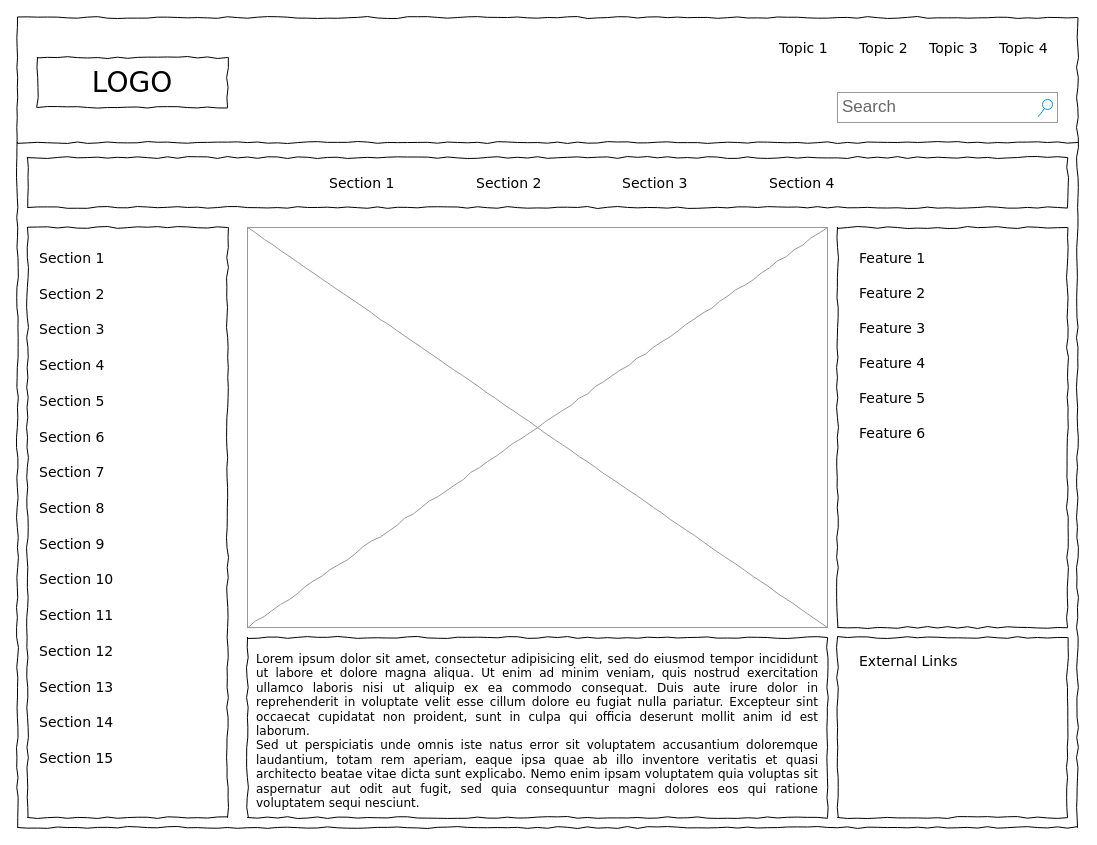
Earlier version of the draw.io diagram Untitled Diagram.drawio (koreait0000/MLG.gg). Source tidied: cells renumbered, new cells numbered last; positions are measured from the earlier drawing's top-left corner, leaving out a move shared by most shapes. Both pictures are drawn from the tidied source at 100%, with x=0, y=0 at pixel (17, 17).
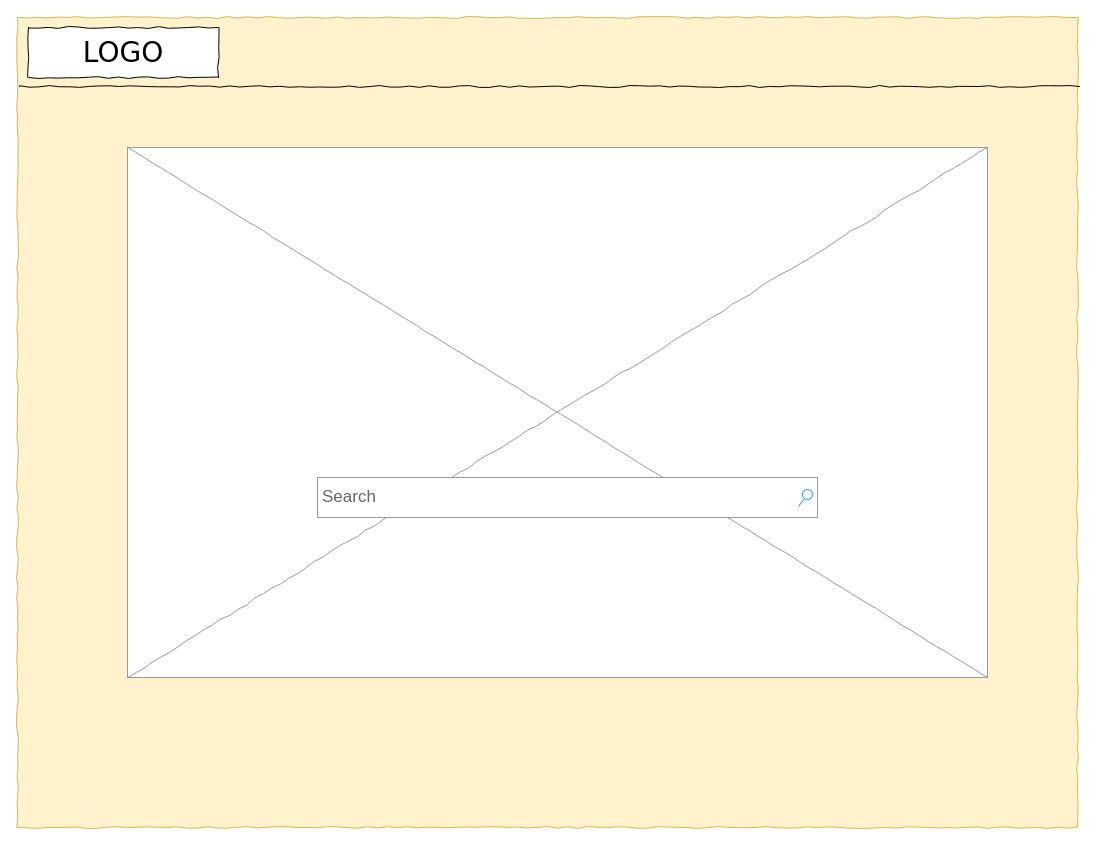
After the change.

The edit, as a diff of the source:
```diff
@@
-    <mxCell id="2" style="whiteSpace=wrap;html=1;rounded=0;shadow=0;labelBackgroundColor=none;strokeColor=#000000;strokeWidth=1;fillColor=none;fontFamily=Verdana;fontSize=12;fontColor=#000000;align=center;comic=1;" parent="1" vertex="1">
+    <mxCell id="2" style="whiteSpace=wrap;html=1;rounded=0;shadow=0;labelBackgroundColor=none;strokeColor=#d6b656;strokeWidth=1;fillColor=#fff2cc;fontFamily=Verdana;fontSize=12;align=center;comic=1;" parent="1" vertex="1">
       <mxGeometry width="1060" height="810" as="geometry" />
     </mxCell>
     <mxCell id="3" value="LOGO" style="whiteSpace=wrap;html=1;rounded=0;shadow=0;labelBackgroundColor=none;strokeWidth=1;fontFamily=Verdana;fontSize=28;align=center;comic=1;" parent="1" vertex="1">
-      <mxGeometry x="20" y="40" width="190" height="50" as="geometry" />
+      <mxGeometry x="11" y="10" width="190" height="50" as="geometry" />
     </mxCell>
+    <mxCell id="10" style="line;strokeWidth=1;html=1;rounded=0;shadow=0;labelBackgroundColor=none;fillColor=none;fontFamily=Verdana;fontSize=14;fontColor=#000000;align=center;comic=1;" parent="1" vertex="1">
+      <mxGeometry x="2" y="64" width="1060" height="10" as="geometry" />
+    </mxCell>
+    <mxCell id="17" style="verticalLabelPosition=bottom;shadow=0;dashed=0;align=center;html=1;verticalAlign=top;strokeWidth=1;shape=mxgraph.mockup.graphics.simpleIcon;strokeColor=#999999;rounded=0;labelBackgroundColor=none;fontFamily=Verdana;fontSize=14;fontColor=#000000;comic=1;" parent="1" vertex="1">
+      <mxGeometry x="110" y="130" width="860" height="530" as="geometry" />
+    </mxCell>
-    <mxCell id="4" value="Search" style="strokeWidth=1;shadow=0;dashed=0;align=center;html=1;shape=mxgraph.mockup.forms.searchBox;strokeColor=#999999;mainText=;strokeColor2=#008cff;fontColor=#666666;fontSize=17;align=left;spacingLeft=3;rounded=0;labelBackgroundColor=none;comic=1;" parent="1" vertex="1">
-      <mxGeometry x="820" y="75" width="220" height="30" as="geometry" />
+    <mxCell id="4" value="Search" style="strokeWidth=1;shadow=0;dashed=0;align=center;html=1;shape=mxgraph.mockup.forms.searchBox;strokeColor=#999999;mainText=;strokeColor2=#008cff;fontColor=#666666;fontSize=17;align=left;spacingLeft=3;" parent="1" vertex="1">
+      <mxGeometry x="300" y="460" width="500" height="40" as="geometry" />
     </mxCell>
-    <mxCell id="5" value="Topic 1" style="text;html=1;align=left;verticalAlign=top;spacingTop=-4;fontSize=14;fontFamily=Verdana;" parent="1" vertex="1">
-      <mxGeometry x="760" y="20" width="60" height="20" as="geometry" />
-    </mxCell>
-    <mxCell id="6" value="Topic 2" style="text;html=1;align=left;verticalAlign=top;spacingTop=-4;fontSize=14;fontFamily=Verdana;" parent="1" vertex="1">
-      <mxGeometry x="840" y="20" width="60" height="20" as="geometry" />
-    </mxCell>
-    <mxCell id="7" value="Topic 3" style="text;html=1;align=left;verticalAlign=top;spacingTop=-4;fontSize=14;fontFamily=Verdana;" parent="1" vertex="1">
-      <mxGeometry x="910" y="20" width="60" height="20" as="geometry" />
-    </mxCell>
-    <mxCell id="8" value="Topic 4" style="text;html=1;align=left;verticalAlign=top;spacingTop=-4;fontSize=14;fontFamily=Verdana;" parent="1" vertex="1">
-      <mxGeometry x="980" y="20" width="60" height="20" as="geometry" />
-    </mxCell>
-    <mxCell id="9" style="whiteSpace=wrap;html=1;rounded=0;shadow=0;labelBackgroundColor=none;strokeWidth=1;fillColor=none;fontFamily=Verdana;fontSize=12;align=center;comic=1;" parent="1" vertex="1">
-      <mxGeometry x="10" y="210" width="200" height="590" as="geometry" />
-    </mxCell>
-    <mxCell id="10" style="line;strokeWidth=1;html=1;rounded=0;shadow=0;labelBackgroundColor=none;fillColor=none;fontFamily=Verdana;fontSize=14;fontColor=#000000;align=center;comic=1;" parent="1" vertex="1">
-      <mxGeometry y="120" width="1060" height="10" as="geometry" />
-    </mxCell>
-    <mxCell id="11" style="whiteSpace=wrap;html=1;rounded=0;shadow=0;labelBackgroundColor=none;strokeWidth=1;fillColor=none;fontFamily=Verdana;fontSize=12;align=center;comic=1;" parent="1" vertex="1">
-      <mxGeometry x="10" y="140" width="1040" height="50" as="geometry" />
-    </mxCell>
-    <mxCell id="12" value="Section 1" style="text;html=1;align=left;verticalAlign=top;spacingTop=-4;fontSize=14;fontFamily=Verdana;" parent="1" vertex="1">
-      <mxGeometry x="310" y="155" width="60" height="20" as="geometry" />
-    </mxCell>
-    <mxCell id="13" value="Section 2" style="text;html=1;align=left;verticalAlign=top;spacingTop=-4;fontSize=14;fontFamily=Verdana;" parent="1" vertex="1">
-      <mxGeometry x="457" y="155" width="60" height="20" as="geometry" />
-    </mxCell>
-    <mxCell id="14" value="Section 3" style="text;html=1;align=left;verticalAlign=top;spacingTop=-4;fontSize=14;fontFamily=Verdana;" parent="1" vertex="1">
-      <mxGeometry x="603" y="155" width="60" height="20" as="geometry" />
-    </mxCell>
-    <mxCell id="15" value="Section 4" style="text;html=1;align=left;verticalAlign=top;spacingTop=-4;fontSize=14;fontFamily=Verdana;" parent="1" vertex="1">
-      <mxGeometry x="750" y="155" width="60" height="20" as="geometry" />
-    </mxCell>
-    <mxCell id="16" value="&lt;div style=&quot;text-align: justify&quot;&gt;&lt;span&gt;Lorem ipsum dolor sit amet, consectetur adipisicing elit, sed do eiusmod tempor incididunt ut labore et dolore magna aliqua. Ut enim ad minim veniam, quis nostrud exercitation ullamco laboris nisi ut aliquip ex ea commodo consequat. Duis aute irure dolor in reprehenderit in voluptate velit esse cillum dolore eu fugiat nulla pariatur. Excepteur sint occaecat cupidatat non proident, sunt in culpa qui officia deserunt mollit anim id est laborum.&lt;/span&gt;&lt;/div&gt;&lt;div style=&quot;text-align: justify&quot;&gt;&lt;span&gt;Sed ut perspiciatis unde omnis iste natus error sit voluptatem accusantium doloremque laudantium, totam rem aperiam, eaque ipsa quae ab illo inventore veritatis et quasi architecto beatae vitae dicta sunt explicabo. Nemo enim ipsam voluptatem quia voluptas sit aspernatur aut odit aut fugit, sed quia consequuntur magni dolores eos qui ratione voluptatem sequi nesciunt.&amp;nbsp;&lt;/span&gt;&lt;/div&gt;" style="whiteSpace=wrap;html=1;rounded=0;shadow=0;labelBackgroundColor=none;strokeWidth=1;fillColor=none;fontFamily=Verdana;fontSize=12;align=center;verticalAlign=top;spacing=10;comic=1;" parent="1" vertex="1">
-      <mxGeometry x="230" y="620" width="580" height="180" as="geometry" />
-    </mxCell>
-    <mxCell id="17" style="verticalLabelPosition=bottom;shadow=0;dashed=0;align=center;html=1;verticalAlign=top;strokeWidth=1;shape=mxgraph.mockup.graphics.simpleIcon;strokeColor=#999999;rounded=0;labelBackgroundColor=none;fontFamily=Verdana;fontSize=14;fontColor=#000000;comic=1;" parent="1" vertex="1">
-      <mxGeometry x="230" y="210" width="580" height="400" as="geometry" />
-    </mxCell>
-    <mxCell id="18" style="whiteSpace=wrap;html=1;rounded=0;shadow=0;labelBackgroundColor=none;strokeWidth=1;fillColor=none;fontFamily=Verdana;fontSize=12;align=center;comic=1;" parent="1" vertex="1">
-      <mxGeometry x="820" y="210" width="230" height="400" as="geometry" />
-    </mxCell>
-    <mxCell id="19" style="whiteSpace=wrap;html=1;rounded=0;shadow=0;labelBackgroundColor=none;strokeWidth=1;fillColor=none;fontFamily=Verdana;fontSize=12;align=center;comic=1;" parent="1" vertex="1">
-      <mxGeometry x="820" y="620" width="230" height="180" as="geometry" />
-    </mxCell>
-    <mxCell id="20" value="Section 1" style="text;html=1;align=left;verticalAlign=top;spacingTop=-4;fontSize=14;fontFamily=Verdana;" parent="1" vertex="1">
-      <mxGeometry x="20" y="230" width="170" height="20" as="geometry" />
-    </mxCell>
-    <mxCell id="21" value="Section 2" style="text;html=1;align=left;verticalAlign=top;spacingTop=-4;fontSize=14;fontFamily=Verdana;" parent="1" vertex="1">
-      <mxGeometry x="20" y="266" width="170" height="20" as="geometry" />
-    </mxCell>
-    <mxCell id="22" value="Section 3" style="text;html=1;align=left;verticalAlign=top;spacingTop=-4;fontSize=14;fontFamily=Verdana;" parent="1" vertex="1">
-      <mxGeometry x="20" y="301" width="170" height="20" as="geometry" />
-    </mxCell>
-    <mxCell id="23" value="Section 4" style="text;html=1;align=left;verticalAlign=top;spacingTop=-4;fontSize=14;fontFamily=Verdana;" parent="1" vertex="1">
-      <mxGeometry x="20" y="337" width="170" height="20" as="geometry" />
-    </mxCell>
-    <mxCell id="24" value="Section 7" style="text;html=1;align=left;verticalAlign=top;spacingTop=-4;fontSize=14;fontFamily=Verdana;" parent="1" vertex="1">
-      <mxGeometry x="20" y="444" width="170" height="20" as="geometry" />
-    </mxCell>
-    <mxCell id="25" value="Section 8" style="text;html=1;align=left;verticalAlign=top;spacingTop=-4;fontSize=14;fontFamily=Verdana;" parent="1" vertex="1">
-      <mxGeometry x="20" y="480" width="170" height="20" as="geometry" />
-    </mxCell>
-    <mxCell id="26" value="Section 9" style="text;html=1;align=left;verticalAlign=top;spacingTop=-4;fontSize=14;fontFamily=Verdana;" parent="1" vertex="1">
-      <mxGeometry x="20" y="516" width="170" height="20" as="geometry" />
-    </mxCell>
-    <mxCell id="27" value="Section 10" style="text;html=1;align=left;verticalAlign=top;spacingTop=-4;fontSize=14;fontFamily=Verdana;" parent="1" vertex="1">
-      <mxGeometry x="20" y="551" width="170" height="20" as="geometry" />
-    </mxCell>
-    <mxCell id="28" value="Section 11" style="text;html=1;align=left;verticalAlign=top;spacingTop=-4;fontSize=14;fontFamily=Verdana;" parent="1" vertex="1">
-      <mxGeometry x="20" y="587" width="170" height="20" as="geometry" />
-    </mxCell>
-    <mxCell id="29" value="Section 12" style="text;html=1;align=left;verticalAlign=top;spacingTop=-4;fontSize=14;fontFamily=Verdana;" parent="1" vertex="1">
-      <mxGeometry x="20" y="623" width="170" height="20" as="geometry" />
-    </mxCell>
-    <mxCell id="30" value="Section 13" style="text;html=1;align=left;verticalAlign=top;spacingTop=-4;fontSize=14;fontFamily=Verdana;" parent="1" vertex="1">
-      <mxGeometry x="20" y="659" width="170" height="20" as="geometry" />
-    </mxCell>
-    <mxCell id="31" value="Section 14" style="text;html=1;align=left;verticalAlign=top;spacingTop=-4;fontSize=14;fontFamily=Verdana;" parent="1" vertex="1">
-      <mxGeometry x="20" y="694" width="170" height="20" as="geometry" />
-    </mxCell>
-    <mxCell id="32" value="Section 5" style="text;html=1;align=left;verticalAlign=top;spacingTop=-4;fontSize=14;fontFamily=Verdana;" parent="1" vertex="1">
-      <mxGeometry x="20" y="373" width="170" height="20" as="geometry" />
-    </mxCell>
-    <mxCell id="33" value="Section 6" style="text;html=1;align=left;verticalAlign=top;spacingTop=-4;fontSize=14;fontFamily=Verdana;" parent="1" vertex="1">
-      <mxGeometry x="20" y="409" width="170" height="20" as="geometry" />
-    </mxCell>
-    <mxCell id="34" value="Section 15" style="text;html=1;align=left;verticalAlign=top;spacingTop=-4;fontSize=14;fontFamily=Verdana;" parent="1" vertex="1">
-      <mxGeometry x="20" y="730" width="170" height="20" as="geometry" />
-    </mxCell>
-    <mxCell id="35" value="External Links" style="text;html=1;align=left;verticalAlign=top;spacingTop=-4;fontSize=14;fontFamily=Verdana;" parent="1" vertex="1">
-      <mxGeometry x="840" y="633" width="170" height="20" as="geometry" />
-    </mxCell>
-    <mxCell id="36" value="Feature 1" style="text;html=1;align=left;verticalAlign=top;spacingTop=-4;fontSize=14;fontFamily=Verdana;" parent="1" vertex="1">
-      <mxGeometry x="840" y="230" width="170" height="20" as="geometry" />
-    </mxCell>
-    <mxCell id="37" value="Feature 2" style="text;html=1;align=left;verticalAlign=top;spacingTop=-4;fontSize=14;fontFamily=Verdana;" parent="1" vertex="1">
-      <mxGeometry x="840" y="265" width="170" height="20" as="geometry" />
-    </mxCell>
-    <mxCell id="38" value="Feature 3" style="text;html=1;align=left;verticalAlign=top;spacingTop=-4;fontSize=14;fontFamily=Verdana;" parent="1" vertex="1">
-      <mxGeometry x="840" y="300" width="170" height="20" as="geometry" />
-    </mxCell>
-    <mxCell id="39" value="Feature 4" style="text;html=1;align=left;verticalAlign=top;spacingTop=-4;fontSize=14;fontFamily=Verdana;" parent="1" vertex="1">
-      <mxGeometry x="840" y="335" width="170" height="20" as="geometry" />
-    </mxCell>
-    <mxCell id="40" value="Feature 5" style="text;html=1;align=left;verticalAlign=top;spacingTop=-4;fontSize=14;fontFamily=Verdana;" parent="1" vertex="1">
-      <mxGeometry x="840" y="370" width="170" height="20" as="geometry" />
-    </mxCell>
-    <mxCell id="41" value="Feature 6" style="text;html=1;align=left;verticalAlign=top;spacingTop=-4;fontSize=14;fontFamily=Verdana;" parent="1" vertex="1">
-      <mxGeometry x="840" y="405" width="170" height="20" as="geometry" />
-    </mxCell>
```
